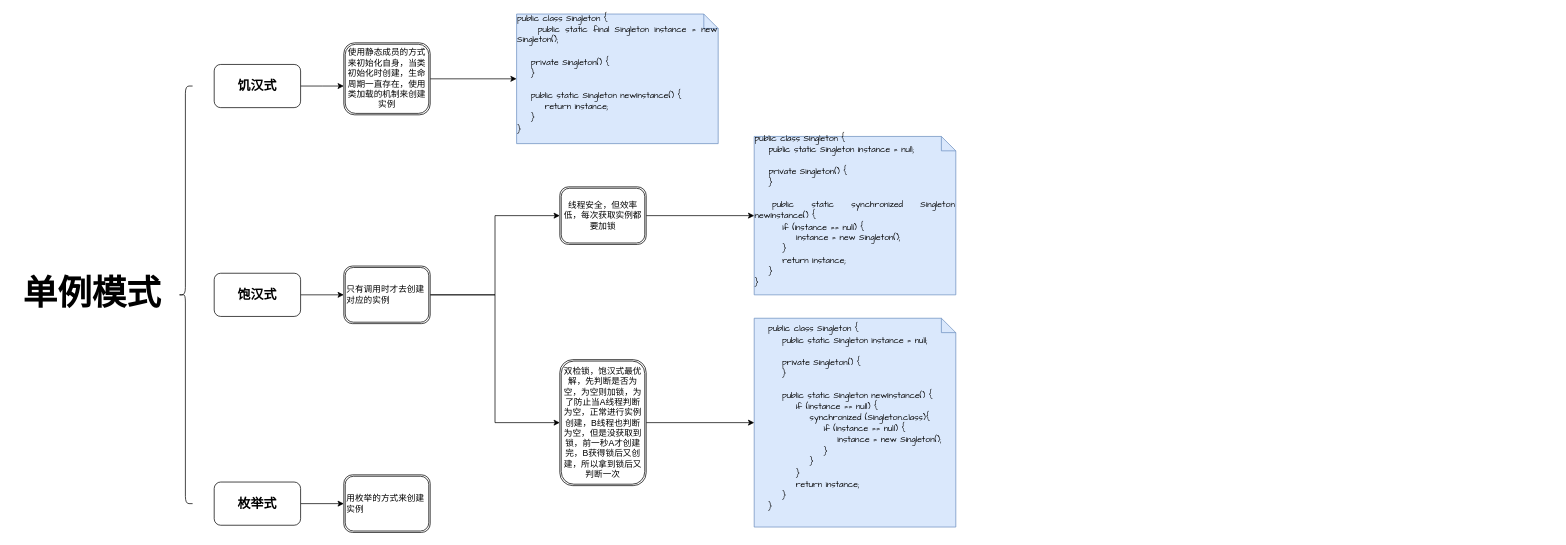
onedayrex/ImagesUml keeps this draw.io diagram as Untitled Diagram.drawio. Above is the earlier version. Source tidied: cells renumbered, new cells numbered last; positions are measured from the earlier drawing's top-left corner, leaving out a move shared by most shapes. Both pictures are drawn from the tidied source at 72%, with x=0, y=0 at pixel (12, 14).
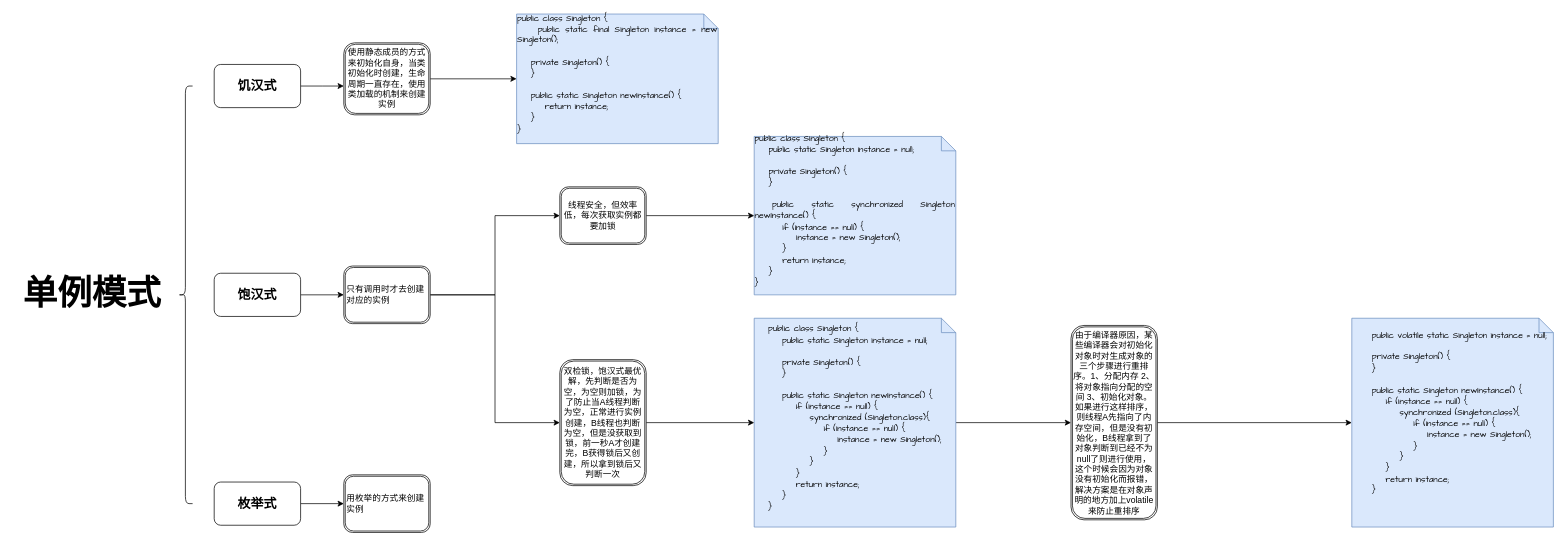
After the change.

Commit message:
更新双检锁方式实现

Unchanged cells that the change refers to:
```xml
<mxCell id="18" value="&lt;div style=&quot;text-align: justify&quot;&gt;&lt;div&gt;&lt;font face=&quot;Comic Sans MS&quot;&gt;public class Singleton {&lt;/font&gt;&lt;/div&gt;&lt;div&gt;&lt;font face=&quot;Comic Sans MS&quot;&gt;&amp;nbsp; &amp;nbsp; public static Singleton instance = null;&lt;/font&gt;&lt;/div&gt;&lt;div&gt;&lt;font face=&quot;Comic Sans MS&quot;&gt;&lt;br&gt;&lt;/font&gt;&lt;/div&gt;&lt;div&gt;&lt;font face=&quot;Comic Sans MS&quot;&gt;&amp;nbsp; &amp;nbsp; private Singleton() {&lt;/font&gt;&lt;/div&gt;&lt;div&gt;&lt;font face=&quot;Comic Sans MS&quot;&gt;&amp;nbsp; &amp;nbsp; }&lt;/font&gt;&lt;/div&gt;&lt;div&gt;&lt;font face=&quot;Comic Sans MS&quot;&gt;&lt;br&gt;&lt;/font&gt;&lt;/div&gt;&lt;div&gt;&lt;font face=&quot;Comic Sans MS&quot;&gt;&amp;nbsp; &amp;nbsp; public static Singleton newInstance() {&lt;/font&gt;&lt;/div&gt;&lt;div&gt;&lt;font face=&quot;Comic Sans MS&quot;&gt;&amp;nbsp; &amp;nbsp; &amp;nbsp; &amp;nbsp; if (instance == null) {&lt;/font&gt;&lt;/div&gt;&lt;div&gt;&lt;font face=&quot;Comic Sans MS&quot;&gt;&amp;nbsp; &amp;nbsp; &amp;nbsp; &amp;nbsp; &amp;nbsp; &amp;nbsp; synchronized (Singleton.class){&lt;/font&gt;&lt;/div&gt;&lt;div&gt;&lt;font face=&quot;Comic Sans MS&quot;&gt;&amp;nbsp; &amp;nbsp; &amp;nbsp; &amp;nbsp; &amp;nbsp; &amp;nbsp; &amp;nbsp; &amp;nbsp; if (instance == null) {&lt;/font&gt;&lt;/div&gt;&lt;div&gt;&lt;font face=&quot;Comic Sans MS&quot;&gt;&amp;nbsp; &amp;nbsp; &amp;nbsp; &amp;nbsp; &amp;nbsp; &amp;nbsp; &amp;nbsp; &amp;nbsp; &amp;nbsp; &amp;nbsp; instance = new Singleton();&lt;/font&gt;&lt;/div&gt;&lt;div&gt;&lt;font face=&quot;Comic Sans MS&quot;&gt;&amp;nbsp; &amp;nbsp; &amp;nbsp; &amp;nbsp; &amp;nbsp; &amp;nbsp; &amp;nbsp; &amp;nbsp; }&lt;/font&gt;&lt;/div&gt;&lt;div&gt;&lt;font face=&quot;Comic Sans MS&quot;&gt;&amp;nbsp; &amp;nbsp; &amp;nbsp; &amp;nbsp; &amp;nbsp; &amp;nbsp; }&lt;/font&gt;&lt;/div&gt;&lt;div&gt;&lt;font face=&quot;Comic Sans MS&quot;&gt;&amp;nbsp; &amp;nbsp; &amp;nbsp; &amp;nbsp; }&lt;/font&gt;&lt;/div&gt;&lt;div&gt;&lt;font face=&quot;Comic Sans MS&quot;&gt;&amp;nbsp; &amp;nbsp; &amp;nbsp; &amp;nbsp; return instance;&lt;/font&gt;&lt;/div&gt;&lt;div&gt;&lt;font face=&quot;Comic Sans MS&quot;&gt;&amp;nbsp; &amp;nbsp; }&lt;/font&gt;&lt;/div&gt;&lt;div&gt;&lt;font face=&quot;Comic Sans MS&quot;&gt;}&lt;/font&gt;&lt;/div&gt;&lt;div&gt;&lt;br&gt;&lt;/div&gt;&lt;/div&gt;" style="shape=note;size=20;whiteSpace=wrap;html=1;strokeColor=#6c8ebf;fillColor=#dae8fc;" parent="1" vertex="1">
  <mxGeometry x="1030" y="422.5" width="280" height="290" as="geometry" />
</mxCell>
```

What changed in the source:
```diff
@@
+    <mxCell id="23" style="edgeStyle=orthogonalEdgeStyle;rounded=0;jettySize=auto;html=1;entryX=0;entryY=0.5;entryDx=0;entryDy=0;" parent="1" edge="1" source="18" target="26">
+      <mxGeometry relative="1" as="geometry" />
+    </mxCell>
@@
+    <mxCell id="24" value="&lt;div style=&quot;text-align: justify&quot;&gt;&lt;div&gt;&lt;div&gt;&lt;font face=&quot;Comic Sans MS&quot;&gt;&amp;nbsp; &amp;nbsp; public volatile static Singleton instance = null;&lt;/font&gt;&lt;/div&gt;&lt;div&gt;&lt;font face=&quot;Comic Sans MS&quot;&gt;&lt;br&gt;&lt;/font&gt;&lt;/div&gt;&lt;div&gt;&lt;font face=&quot;Comic Sans MS&quot;&gt;&amp;nbsp; &amp;nbsp; private Singleton() {&lt;/font&gt;&lt;/div&gt;&lt;div&gt;&lt;font face=&quot;Comic Sans MS&quot;&gt;&amp;nbsp; &amp;nbsp; }&lt;/font&gt;&lt;/div&gt;&lt;div&gt;&lt;font face=&quot;Comic Sans MS&quot;&gt;&lt;br&gt;&lt;/font&gt;&lt;/div&gt;&lt;div&gt;&lt;font face=&quot;Comic Sans MS&quot;&gt;&amp;nbsp; &amp;nbsp; public static Singleton newInstance() {&lt;/font&gt;&lt;/div&gt;&lt;div&gt;&lt;font face=&quot;Comic Sans MS&quot;&gt;&amp;nbsp; &amp;nbsp; &amp;nbsp; &amp;nbsp; if (instance == null) {&lt;/font&gt;&lt;/div&gt;&lt;div&gt;&lt;font face=&quot;Comic Sans MS&quot;&gt;&amp;nbsp; &amp;nbsp; &amp;nbsp; &amp;nbsp; &amp;nbsp; &amp;nbsp; synchronized (Singleton.class){&lt;/font&gt;&lt;/div&gt;&lt;div&gt;&lt;font face=&quot;Comic Sans MS&quot;&gt;&amp;nbsp; &amp;nbsp; &amp;nbsp; &amp;nbsp; &amp;nbsp; &amp;nbsp; &amp;nbsp; &amp;nbsp; if (instance == null) {&lt;/font&gt;&lt;/div&gt;&lt;div&gt;&lt;font face=&quot;Comic Sans MS&quot;&gt;&amp;nbsp; &amp;nbsp; &amp;nbsp; &amp;nbsp; &amp;nbsp; &amp;nbsp; &amp;nbsp; &amp;nbsp; &amp;nbsp; &amp;nbsp; instance = new Singleton();&lt;/font&gt;&lt;/div&gt;&lt;div&gt;&lt;font face=&quot;Comic Sans MS&quot;&gt;&amp;nbsp; &amp;nbsp; &amp;nbsp; &amp;nbsp; &amp;nbsp; &amp;nbsp; &amp;nbsp; &amp;nbsp; }&lt;/font&gt;&lt;/div&gt;&lt;div&gt;&lt;font face=&quot;Comic Sans MS&quot;&gt;&amp;nbsp; &amp;nbsp; &amp;nbsp; &amp;nbsp; &amp;nbsp; &amp;nbsp; }&lt;/font&gt;&lt;/div&gt;&lt;div&gt;&lt;font face=&quot;Comic Sans MS&quot;&gt;&amp;nbsp; &amp;nbsp; &amp;nbsp; &amp;nbsp; }&lt;/font&gt;&lt;/div&gt;&lt;div&gt;&lt;font face=&quot;Comic Sans MS&quot;&gt;&amp;nbsp; &amp;nbsp; &amp;nbsp; &amp;nbsp; return instance;&lt;/font&gt;&lt;/div&gt;&lt;div&gt;&lt;font face=&quot;Comic Sans MS&quot;&gt;&amp;nbsp; &amp;nbsp; }&lt;/font&gt;&lt;/div&gt;&lt;/div&gt;&lt;div&gt;&lt;br&gt;&lt;/div&gt;&lt;div&gt;&lt;br&gt;&lt;/div&gt;&lt;/div&gt;" style="shape=note;size=20;whiteSpace=wrap;html=1;strokeColor=#6c8ebf;fillColor=#dae8fc;" parent="1" vertex="1">
+      <mxGeometry x="1860" y="422.5" width="280" height="290" as="geometry" />
+    </mxCell>
+    <mxCell id="25" style="edgeStyle=orthogonalEdgeStyle;rounded=0;jettySize=auto;html=1;" parent="1" edge="1" source="26" target="24">
+      <mxGeometry relative="1" as="geometry" />
+    </mxCell>
+    <mxCell id="26" value="由于编译器原因，某些编译器会对初始化对象时对生成对象的三个步骤进行重排序。1、分配内存 2、将对象指向分配的空间 3、初始化对象。如果进行这样排序，则线程A先指向了内存空间，但是没有初始化，B线程拿到了对象判断到已经不为null了则进行使用，这个时候会因为对象没有初始化而报错，解决方案是在对象声明的地方加上volatile来防止重排序" style="shape=ext;double=1;rounded=1;whiteSpace=wrap;html=1;fillColor=#ffffff;gradientColor=#ffffff;" parent="1" vertex="1">
+      <mxGeometry x="1470" y="432.5" width="120" height="270" as="geometry" />
+    </mxCell>
```
